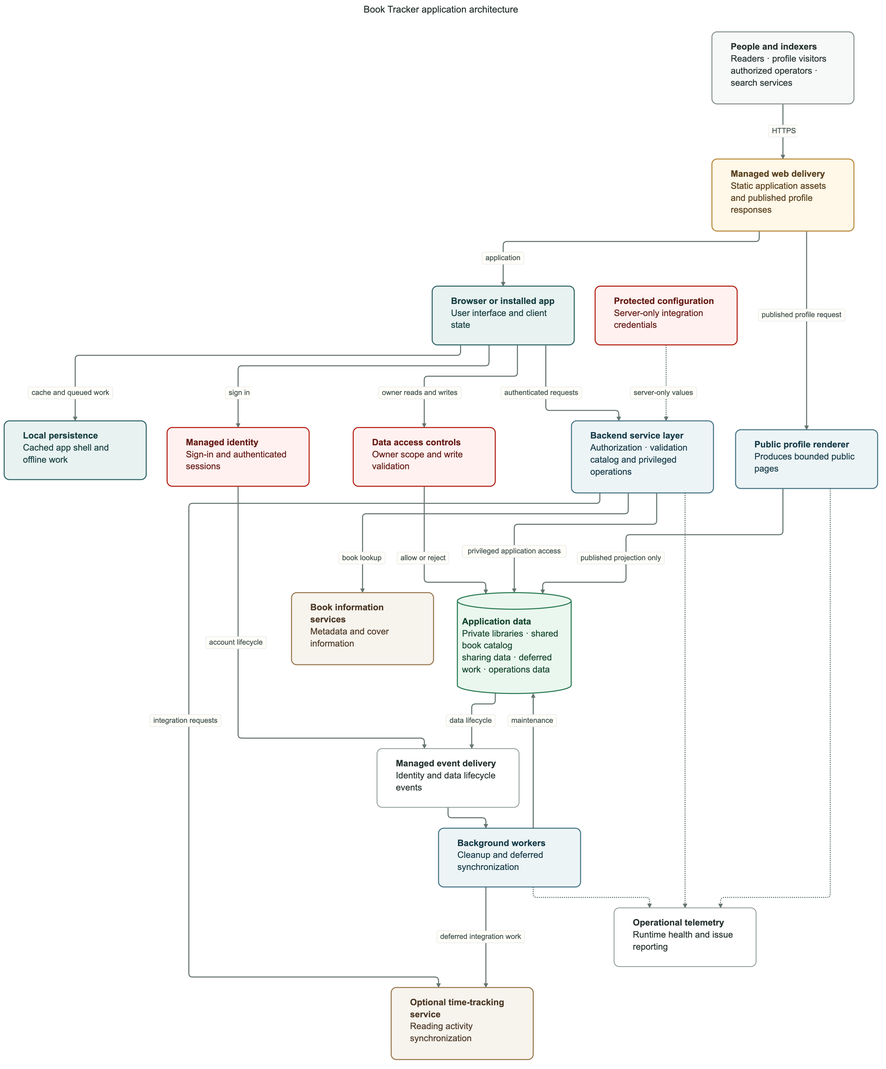
This is docs/architecture/app-architecture.png from ankile/book-tracker, a Mermaid export, as it was before one commit. Its source is kept beside it as docs/architecture/app-architecture.mmd.
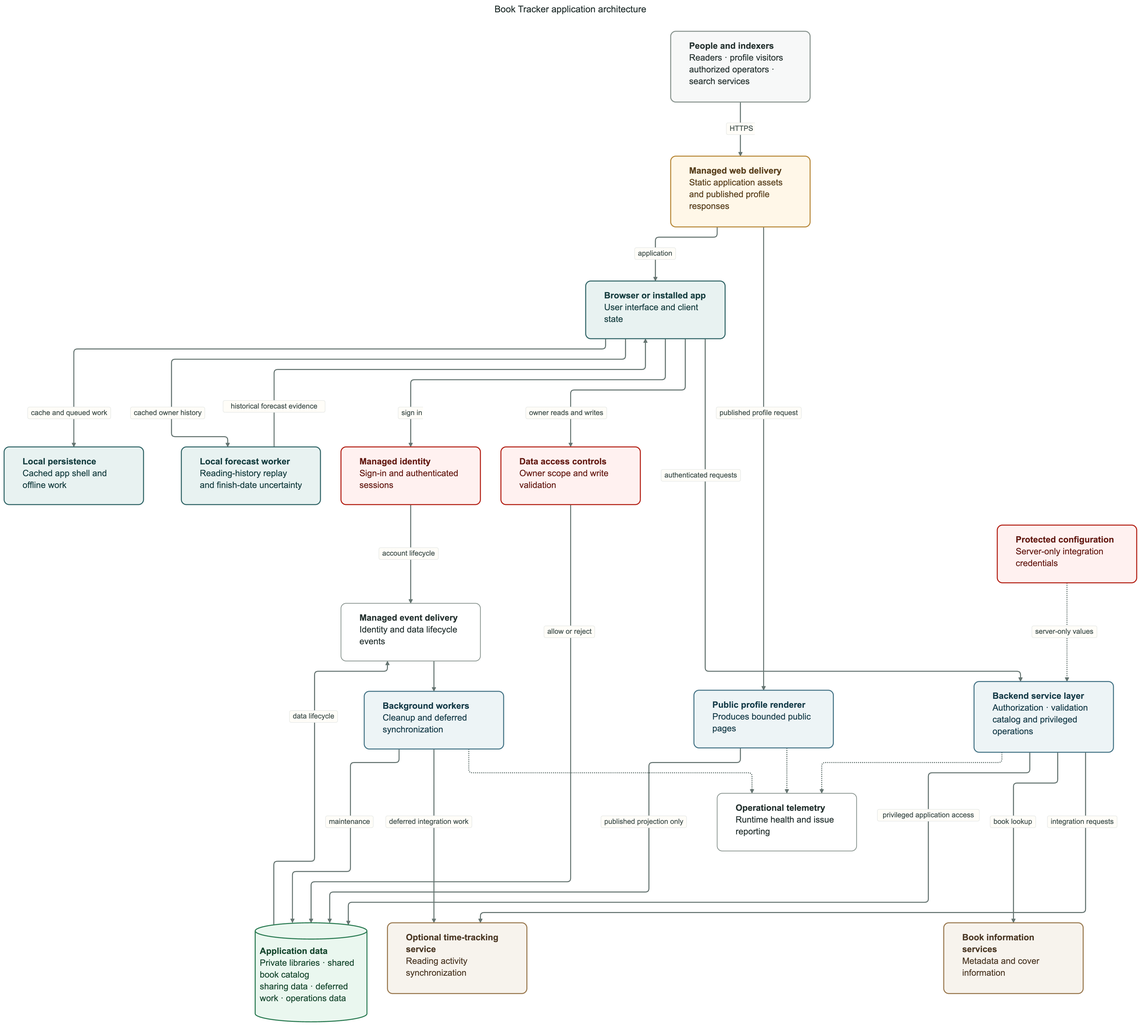
Above is the later version.

Diff of the diagram source:
```diff
@@ -18,6 +18,7 @@
   delivery["<b>Managed web delivery</b><br/>Static application assets<br/>and published profile responses"]:::delivery
   browser["<b>Browser or installed app</b><br/>User interface and client state"]:::client
   local["<b>Local persistence</b><br/>Cached app shell and offline work"]:::client
+  forecast["<b>Local forecast worker</b><br/>Reading-history replay<br/>and finish-date uncertainty"]:::client
 
   identity["<b>Managed identity</b><br/>Sign-in and authenticated sessions"]:::security
   permissions["<b>Data access controls</b><br/>Owner scope and write validation"]:::security
@@ -37,6 +38,8 @@
   delivery -->|"application"| browser
   delivery -->|"published profile request"| publicrenderer
   browser -->|"cache and queued work"| local
+  browser -->|"cached owner history"| forecast
+  forecast -->|"historical forecast evidence"| browser
 
   browser -->|"sign in"| identity
   browser -->|"owner reads and writes"| permissions
```
